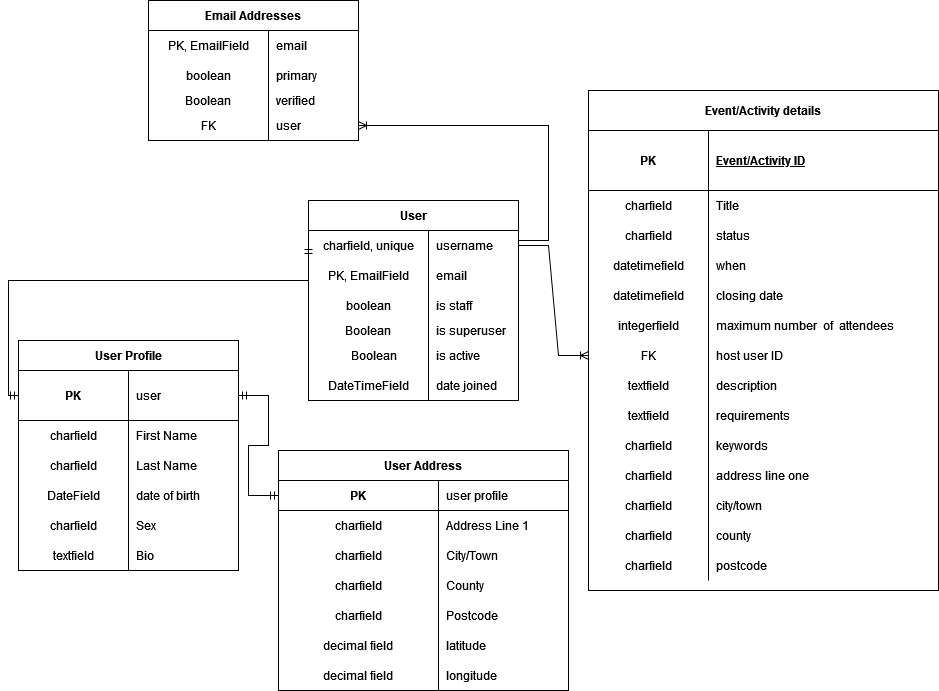
Before: docs/screenshots/current_database_scheme.png, a diagram exported from draw.io (MatthewBayfield/eventabase). Source tidied: cells renumbered, new cells last; positions are measured from the earlier drawing's top-left corner, leaving out a move shared by most shapes.
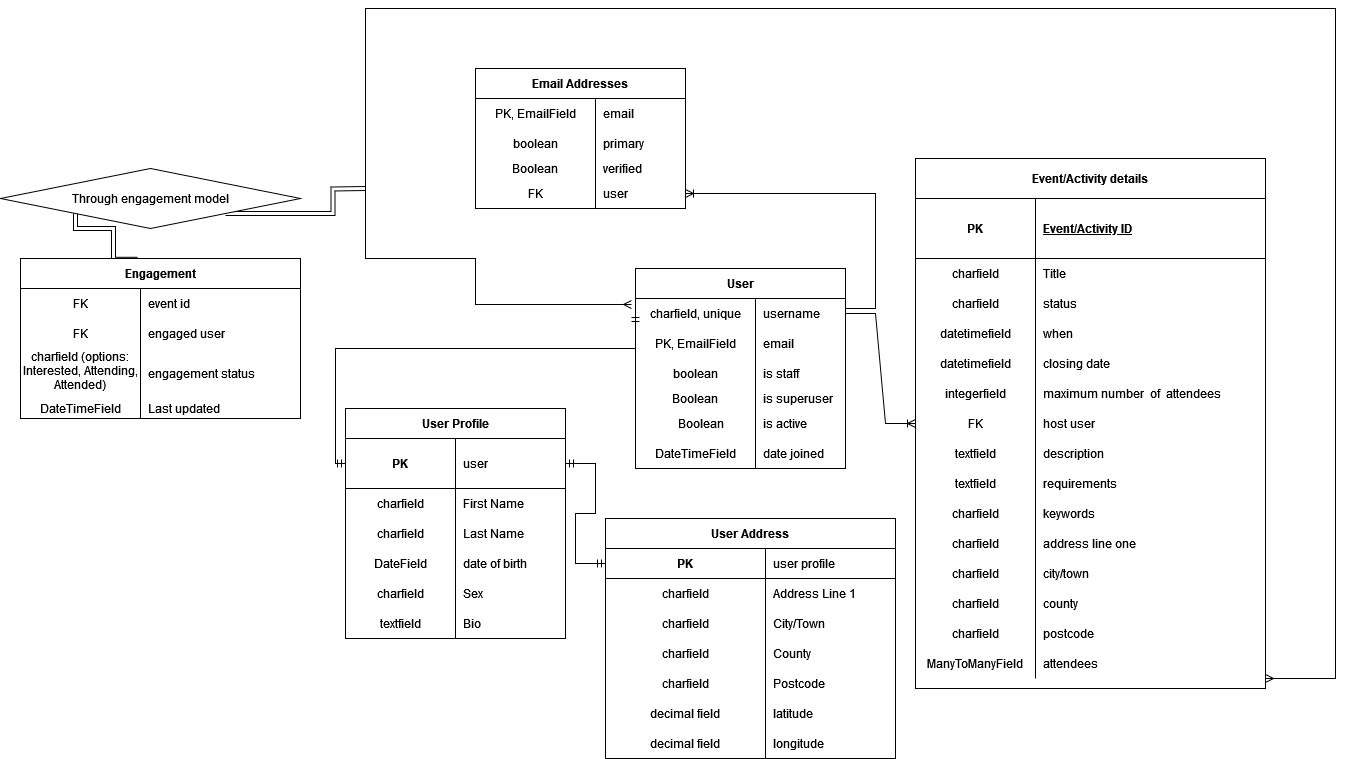
The same diagram one commit later.

Commit message:
Update the current_database_scheme section of README with MVP scheme

Diff of the diagram source:
```diff
@@ -183,7 +183,7 @@
       <mxGeometry x="160" width="130" height="30" as="geometry" />
     </mxCell>
     <mxCell id="62" value="Event/Activity details" style="shape=table;startSize=40;rowLines=0;fontStyle=1;align=center;" parent="1" vertex="1">
-      <mxGeometry x="580" y="90" width="350" height="500" as="geometry" />
+      <mxGeometry x="580" y="90" width="350" height="530" as="geometry" />
     </mxCell>
     <mxCell id="63" style="shape=tableRow;horizontal=0;startSize=0;swimlaneHead=0;swimlaneBody=0;fillColor=none;top=0;left=0;right=0;bottom=1;" parent="62" vertex="1">
       <mxGeometry y="40" width="350" height="60" as="geometry" />
@@ -245,7 +245,7 @@
     <mxCell id="82" value="FK" style="shape=partialRectangle;fillColor=none;top=0;left=0;bottom=0;right=0;overflow=hidden;" parent="81" vertex="1">
       <mxGeometry width="120" height="30" as="geometry" />
     </mxCell>
-    <mxCell id="83" value="host user ID" style="shape=partialRectangle;fillColor=none;top=0;left=0;bottom=0;right=0;align=left;spacingLeft=6;overflow=hidden;" parent="81" vertex="1">
+    <mxCell id="83" value="host user" style="shape=partialRectangle;fillColor=none;top=0;left=0;bottom=0;right=0;align=left;spacingLeft=6;overflow=hidden;" parent="81" vertex="1">
       <mxGeometry x="120" width="230" height="30" as="geometry" />
     </mxCell>
     <mxCell id="84" style="shape=tableRow;horizontal=0;startSize=0;swimlaneHead=0;swimlaneBody=0;fillColor=none;top=0;left=0;right=0;bottom=0;" parent="62" vertex="1">
@@ -311,6 +311,15 @@
     <mxCell id="104" value="postcode" style="shape=partialRectangle;fillColor=none;top=0;left=0;bottom=0;right=0;align=left;spacingLeft=6;overflow=hidden;" parent="102" vertex="1">
       <mxGeometry x="120" width="230" height="30" as="geometry" />
     </mxCell>
+    <mxCell id="122" style="shape=tableRow;horizontal=0;startSize=0;swimlaneHead=0;swimlaneBody=0;fillColor=none;points=[[0,0.5],[1,0.5]];portConstraint=eastwest;top=0;left=0;right=0;bottom=0;" parent="62" vertex="1">
+      <mxGeometry y="490" width="350" height="30" as="geometry" />
+    </mxCell>
+    <mxCell id="123" value="ManyToManyField" style="shape=partialRectangle;fillColor=none;top=0;left=0;bottom=0;right=0;overflow=hidden;" parent="122" vertex="1">
+      <mxGeometry width="120" height="30" as="geometry" />
+    </mxCell>
+    <mxCell id="124" value="attendees" style="shape=partialRectangle;fillColor=none;top=0;left=0;bottom=0;right=0;align=left;spacingLeft=6;overflow=hidden;" parent="122" vertex="1">
+      <mxGeometry x="120" width="230" height="30" as="geometry" />
+    </mxCell>
     <mxCell id="105" style="edgeStyle=orthogonalEdgeStyle;fontSize=12;html=1;endArrow=ERmandOne;startArrow=ERmandOne;rounded=0;entryX=0;entryY=0.5;entryDx=0;entryDy=0;exitX=0;exitY=0.5;exitDx=0;exitDy=0;" parent="1" edge="1" source="22" target="3">
       <mxGeometry relative="1" as="geometry">
         <Array as="points">
@@ -370,5 +379,72 @@
         <mxPoint x="510" y="240" as="sourcePoint" />
       </mxGeometry>
     </mxCell>
+    <mxCell id="125" style="edgeStyle=orthogonalEdgeStyle;fontSize=12;html=1;endArrow=ERmany;startArrow=ERmany;rounded=0;entryX=-0.019;entryY=0.2;entryDx=0;entryDy=0;entryPerimeter=0;" parent="1" edge="1" source="122" target="3">
+      <mxGeometry relative="1" as="geometry">
+        <Array as="points">
+          <mxPoint x="1000" y="610" />
+          <mxPoint x="1000" y="-60" />
+          <mxPoint x="30" y="-60" />
+          <mxPoint x="30" y="190" />
+          <mxPoint x="140" y="190" />
+          <mxPoint x="140" y="236" />
+        </Array>
+      </mxGeometry>
+    </mxCell>
+    <mxCell id="126" style="edgeStyle=orthogonalEdgeStyle;rounded=0;jettySize=auto;html=1;exitX=1;exitY=1;exitDx=0;exitDy=0;shape=link;" parent="1" edge="1" source="128">
+      <mxGeometry relative="1" as="geometry">
+        <mxPoint x="30" y="120" as="targetPoint" />
+      </mxGeometry>
+    </mxCell>
+    <mxCell id="127" style="edgeStyle=orthogonalEdgeStyle;rounded=0;jettySize=auto;html=1;exitX=0;exitY=1;exitDx=0;exitDy=0;entryX=0.419;entryY=0.005;entryDx=0;entryDy=0;entryPerimeter=0;shape=link;" parent="1" edge="1" source="128" target="129">
+      <mxGeometry relative="1" as="geometry">
+        <Array as="points">
+          <mxPoint x="-260" y="160" />
+          <mxPoint x="-222" y="160" />
+        </Array>
+      </mxGeometry>
+    </mxCell>
+    <mxCell id="128" value="Through engagement model" style="shape=rhombus;perimeter=rhombusPerimeter;whiteSpace=wrap;html=1;align=center;" parent="1" vertex="1">
+      <mxGeometry x="-335" y="100" width="300" height="60" as="geometry" />
+    </mxCell>
+    <mxCell id="129" value="Engagement" style="shape=table;startSize=30;rowLines=0;fontStyle=1;align=center;" parent="1" vertex="1">
+      <mxGeometry x="-315" y="190" width="280" height="160" as="geometry" />
+    </mxCell>
+    <mxCell id="130" style="shape=tableRow;horizontal=0;startSize=0;swimlaneHead=0;swimlaneBody=0;fillColor=none;top=0;left=0;right=0;bottom=0;" parent="129" vertex="1">
+      <mxGeometry y="30" width="280" height="30" as="geometry" />
+    </mxCell>
+    <mxCell id="131" value="FK" style="shape=partialRectangle;fillColor=none;top=0;left=0;bottom=0;right=0;overflow=hidden;" parent="130" vertex="1">
+      <mxGeometry width="120" height="30" as="geometry" />
+    </mxCell>
+    <mxCell id="132" value="event id" style="shape=partialRectangle;fillColor=none;top=0;left=0;bottom=0;right=0;align=left;spacingLeft=6;overflow=hidden;" parent="130" vertex="1">
+      <mxGeometry x="120" width="160" height="30" as="geometry" />
+    </mxCell>
+    <mxCell id="133" style="shape=tableRow;horizontal=0;startSize=0;swimlaneHead=0;swimlaneBody=0;fillColor=none;top=0;left=0;right=0;bottom=0;" parent="129" vertex="1">
+      <mxGeometry y="60" width="280" height="30" as="geometry" />
+    </mxCell>
+    <mxCell id="134" value="FK" style="shape=partialRectangle;fillColor=none;top=0;left=0;bottom=0;right=0;overflow=hidden;" parent="133" vertex="1">
+      <mxGeometry width="120" height="30" as="geometry" />
+    </mxCell>
+    <mxCell id="135" value="engaged user" style="shape=partialRectangle;fillColor=none;top=0;left=0;bottom=0;right=0;align=left;spacingLeft=6;overflow=hidden;" parent="133" vertex="1">
+      <mxGeometry x="120" width="160" height="30" as="geometry" />
+    </mxCell>
+    <mxCell id="136" style="shape=tableRow;horizontal=0;startSize=0;swimlaneHead=0;swimlaneBody=0;fillColor=none;top=0;left=0;right=0;bottom=0;" parent="129" vertex="1">
+      <mxGeometry y="90" width="280" height="50" as="geometry" />
+    </mxCell>
+    <mxCell id="137" value="charfield (options:&#10;Interested, Attending,&#10;Attended)&#10;" style="shape=partialRectangle;fillColor=none;top=0;left=0;bottom=0;right=0;overflow=hidden;" parent="136" vertex="1">
+      <mxGeometry width="120" height="50" as="geometry" />
+    </mxCell>
+    <mxCell id="138" value="engagement status" style="shape=partialRectangle;fillColor=none;top=0;left=0;bottom=0;right=0;align=left;spacingLeft=6;overflow=hidden;" parent="136" vertex="1">
+      <mxGeometry x="120" width="160" height="50" as="geometry" />
+    </mxCell>
+    <mxCell id="139" style="shape=tableRow;horizontal=0;startSize=0;swimlaneHead=0;swimlaneBody=0;fillColor=none;top=0;left=0;right=0;bottom=0;" parent="129" vertex="1">
+      <mxGeometry y="140" width="280" height="20" as="geometry" />
+    </mxCell>
+    <mxCell id="140" value="DateTimeField" style="shape=partialRectangle;fillColor=none;top=0;left=0;bottom=0;right=0;overflow=hidden;" parent="139" vertex="1">
+      <mxGeometry width="120" height="20" as="geometry" />
+    </mxCell>
+    <mxCell id="141" value="Last updated" style="shape=partialRectangle;fillColor=none;top=0;left=0;bottom=0;right=0;align=left;spacingLeft=6;overflow=hidden;" parent="139" vertex="1">
+      <mxGeometry x="120" width="160" height="20" as="geometry" />
+    </mxCell>
   </root>
 </mxGraphModel>
```
